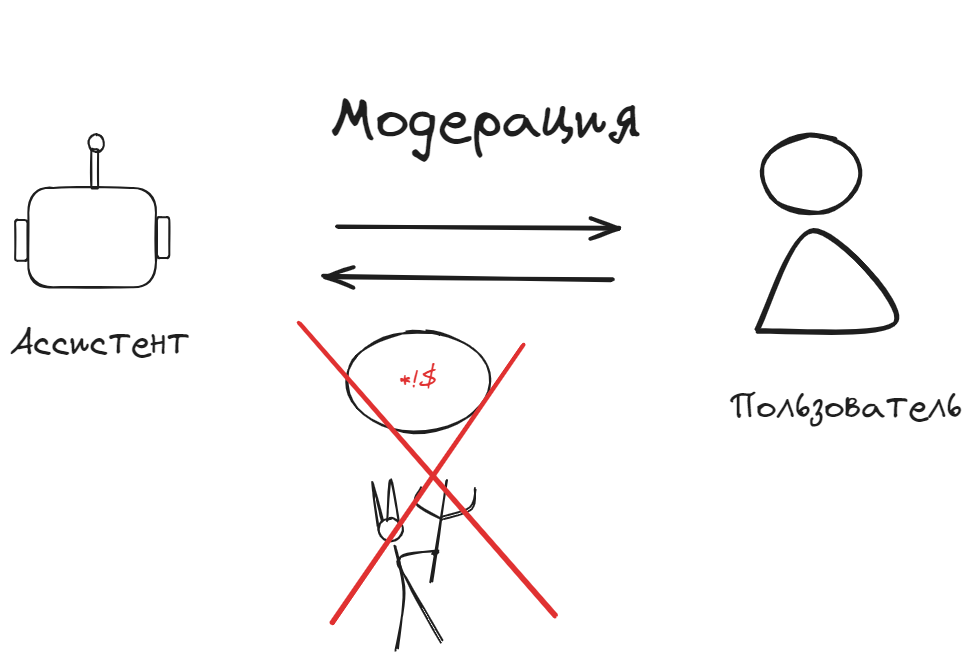
This is diplom/assets/work/arch/detox.excalidraw.png from NMashalov/EducationGenerativeModelApplication, a Excalidraw export, as it was before one commit. Source tidied: one line per element, renumbered; positions are measured from the earlier drawing's top-left corner, leaving out a move shared by most shapes. The source it was exported from:
```json
{"id": 0, "type": "ellipse", "strokeColor": "#1e1e1e", "strokeWidth": 2, "roughness": 1, "round": true, "x": 336, "y": 321, "width": 143, "height": 101}
{"id": 1, "type": "text", "text": "*!$", "strokeColor": "#e03131", "strokeWidth": 2, "roughness": 1, "fontSize": 22.39, "fontFamily": 1, "textAlign": "center", "verticalAlign": "middle", "inside": 0, "x": 390, "y": 357, "width": 36, "height": 28}
{"id": 2, "type": "line", "strokeColor": "#1e1e1e", "strokeWidth": 2, "roughness": 1, "round": true, "x": 421, "y": 572, "width": 16, "height": 101, "points": [[0, 0], [16, -101]]}
{"id": 3, "type": "line", "strokeColor": "#1e1e1e", "strokeWidth": 2, "roughness": 1, "round": true, "x": 431, "y": 509, "width": 24, "height": 32, "points": [[0, 0], [-24, -15], [-20, -32]]}
{"id": 4, "type": "line", "strokeColor": "#1e1e1e", "strokeWidth": 2, "roughness": 1, "round": true, "x": 433, "y": 507, "width": 32, "height": 28, "points": [[0, 0], [28, -10], [32, -28]]}
{"id": 5, "type": "ellipse", "strokeColor": "#1e1e1e", "strokeWidth": 2, "roughness": 1, "round": true, "x": 369, "y": 508, "width": 24, "height": 23}
{"id": 6, "type": "line", "strokeColor": "#1e1e1e", "strokeWidth": 2, "roughness": 1, "round": true, "x": 368, "y": 516, "width": 11, "height": 44, "points": [[0, 0], [-6, -44], [4, -5]]}
{"id": 7, "type": "line", "strokeColor": "#1e1e1e", "strokeWidth": 2, "roughness": 1, "round": true, "x": 389, "y": 514, "width": 12, "height": 44, "points": [[0, 0], [-8, -44], [-12, -3]]}
{"id": 8, "type": "line", "strokeColor": "#1e1e1e", "strokeWidth": 2, "roughness": 1, "round": true, "x": 385, "y": 535, "width": 10, "height": 105, "points": [[0, 0], [10, 47], [2, 105]]}
{"id": 9, "type": "line", "strokeColor": "#1e1e1e", "strokeWidth": 2, "roughness": 1, "round": true, "x": 432, "y": 631, "width": 43, "height": 91, "points": [[0, 0], [-34, -58], [-43, -83], [-5, -91], [-9, -88]]}
{"id": 10, "type": "text", "text": "\nМодерация", "strokeColor": "#1e1e1e", "strokeWidth": 4, "roughness": 1, "fontSize": 59.16, "fontFamily": 1, "x": 320, "y": 0, "width": 310, "height": 148}
{"id": 11, "type": "arrow", "strokeColor": "#1e1e1e", "strokeWidth": 4, "roughness": 1, "endArrowhead": "arrow", "round": true, "x": 327, "y": 216, "width": 281, "height": 3, "points": [[0, 0], [281, 3]]}
{"id": 12, "type": "line", "strokeColor": "#e03131", "strokeWidth": 4, "roughness": 1, "round": true, "x": 322, "y": 613, "width": 192, "height": 277, "points": [[0, 0], [192, -277]]}
{"id": 13, "type": "line", "strokeColor": "#e03131", "strokeWidth": 4, "roughness": 1, "round": true, "x": 289, "y": 313, "width": 257, "height": 292, "points": [[0, 0], [257, 292]]}
{"id": 14, "type": "arrow", "strokeColor": "#1e1e1e", "strokeWidth": 4, "roughness": 1, "endArrowhead": "arrow", "round": true, "x": 602, "y": 270, "width": 288, "height": 4, "points": [[0, 0], [-288, -4]]}
{"id": 15, "type": "line", "strokeColor": "#1e1e1e", "strokeWidth": 4, "roughness": 1, "round": true, "x": 747, "y": 320, "width": 140, "height": 100, "points": [[0, 0], [56, -100], [140, -9], [0, 0]]}
{"id": 16, "type": "ellipse", "strokeColor": "#1e1e1e", "strokeWidth": 4, "roughness": 1, "round": true, "x": 752, "y": 125, "width": 98, "height": 78}
{"id": 17, "type": "text", "text": "Пользователь", "strokeColor": "#1e1e1e", "strokeWidth": 4, "roughness": 1, "fontSize": 36, "fontFamily": 1, "x": 719, "y": 376, "width": 234, "height": 45}
{"id": 18, "type": "text", "text": "Ассистент", "strokeColor": "#1e1e1e", "strokeWidth": 4, "roughness": 1, "fontSize": 36, "fontFamily": 1, "x": 0, "y": 312, "width": 179, "height": 45}
{"id": 19, "type": "rectangle", "strokeColor": "#1e1e1e", "strokeWidth": 2, "roughness": 1, "round": true, "x": 18, "y": 178, "width": 128, "height": 99}
{"id": 20, "type": "rectangle", "strokeColor": "#1e1e1e", "strokeWidth": 2, "roughness": 1, "round": true, "x": 5, "y": 210, "width": 12, "height": 41}
{"id": 21, "type": "rectangle", "strokeColor": "#1e1e1e", "strokeWidth": 2, "roughness": 1, "round": true, "x": 147, "y": 207, "width": 12, "height": 41}
{"id": 22, "type": "rectangle", "strokeColor": "#1e1e1e", "strokeWidth": 2, "roughness": 1, "round": true, "x": 81, "y": 139, "width": 7, "height": 39}
{"id": 23, "type": "ellipse", "strokeColor": "#1e1e1e", "strokeWidth": 2, "roughness": 1, "round": true, "x": 78, "y": 124, "width": 16, "height": 18}
```
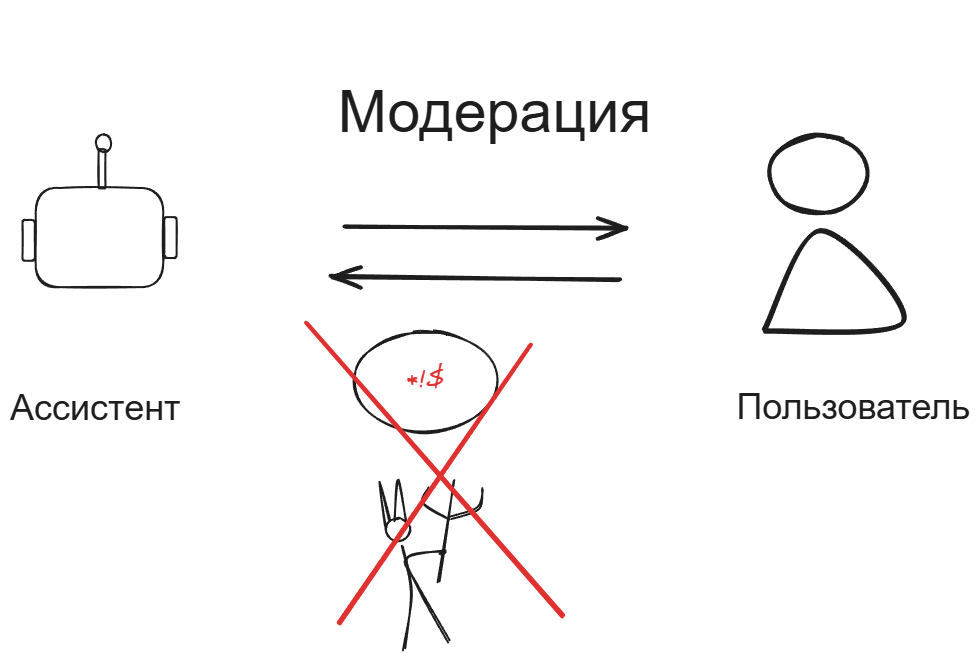
The same diagram one commit later.

Diff of the diagram source:
```diff
@@ -8,15 +8,15 @@
 {"id": 7, "type": "line", "strokeColor": "#1e1e1e", "strokeWidth": 2, "roughness": 1, "round": true, "x": 389, "y": 514, "width": 12, "height": 44, "points": [[0, 0], [-8, -44], [-12, -3]]}
 {"id": 8, "type": "line", "strokeColor": "#1e1e1e", "strokeWidth": 2, "roughness": 1, "round": true, "x": 385, "y": 535, "width": 10, "height": 105, "points": [[0, 0], [10, 47], [2, 105]]}
 {"id": 9, "type": "line", "strokeColor": "#1e1e1e", "strokeWidth": 2, "roughness": 1, "round": true, "x": 432, "y": 631, "width": 43, "height": 91, "points": [[0, 0], [-34, -58], [-43, -83], [-5, -91], [-9, -88]]}
-{"id": 10, "type": "text", "text": "\nМодерация", "strokeColor": "#1e1e1e", "strokeWidth": 4, "roughness": 1, "fontSize": 59.16, "fontFamily": 1, "x": 320, "y": 0, "width": 310, "height": 148}
+{"id": 10, "type": "text", "text": "\nМодерация", "strokeColor": "#1e1e1e", "strokeWidth": 4, "roughness": 1, "fontSize": 59.16, "fontFamily": 2, "x": 320, "y": 0, "width": 314, "height": 136}
 {"id": 11, "type": "arrow", "strokeColor": "#1e1e1e", "strokeWidth": 4, "roughness": 1, "endArrowhead": "arrow", "round": true, "x": 327, "y": 216, "width": 281, "height": 3, "points": [[0, 0], [281, 3]]}
 {"id": 12, "type": "line", "strokeColor": "#e03131", "strokeWidth": 4, "roughness": 1, "round": true, "x": 322, "y": 613, "width": 192, "height": 277, "points": [[0, 0], [192, -277]]}
 {"id": 13, "type": "line", "strokeColor": "#e03131", "strokeWidth": 4, "roughness": 1, "round": true, "x": 289, "y": 313, "width": 257, "height": 292, "points": [[0, 0], [257, 292]]}
 {"id": 14, "type": "arrow", "strokeColor": "#1e1e1e", "strokeWidth": 4, "roughness": 1, "endArrowhead": "arrow", "round": true, "x": 602, "y": 270, "width": 288, "height": 4, "points": [[0, 0], [-288, -4]]}
 {"id": 15, "type": "line", "strokeColor": "#1e1e1e", "strokeWidth": 4, "roughness": 1, "round": true, "x": 747, "y": 320, "width": 140, "height": 100, "points": [[0, 0], [56, -100], [140, -9], [0, 0]]}
 {"id": 16, "type": "ellipse", "strokeColor": "#1e1e1e", "strokeWidth": 4, "roughness": 1, "round": true, "x": 752, "y": 125, "width": 98, "height": 78}
-{"id": 17, "type": "text", "text": "Пользователь", "strokeColor": "#1e1e1e", "strokeWidth": 4, "roughness": 1, "fontSize": 36, "fontFamily": 1, "x": 719, "y": 376, "width": 234, "height": 45}
+{"id": 17, "type": "text", "text": "Пользователь", "strokeColor": "#1e1e1e", "strokeWidth": 4, "roughness": 1, "fontSize": 36, "fontFamily": 2, "x": 719, "y": 376, "width": 234, "height": 41}
-{"id": 18, "type": "text", "text": "Ассистент", "strokeColor": "#1e1e1e", "strokeWidth": 4, "roughness": 1, "fontSize": 36, "fontFamily": 1, "x": 0, "y": 312, "width": 179, "height": 45}
+{"id": 18, "type": "text", "text": "Ассистент", "strokeColor": "#1e1e1e", "strokeWidth": 4, "roughness": 1, "fontSize": 36, "fontFamily": 2, "x": -7, "y": 377, "width": 171, "height": 41}
 {"id": 19, "type": "rectangle", "strokeColor": "#1e1e1e", "strokeWidth": 2, "roughness": 1, "round": true, "x": 18, "y": 178, "width": 128, "height": 99}
 {"id": 20, "type": "rectangle", "strokeColor": "#1e1e1e", "strokeWidth": 2, "roughness": 1, "round": true, "x": 5, "y": 210, "width": 12, "height": 41}
 {"id": 21, "type": "rectangle", "strokeColor": "#1e1e1e", "strokeWidth": 2, "roughness": 1, "round": true, "x": 147, "y": 207, "width": 12, "height": 41}
```
